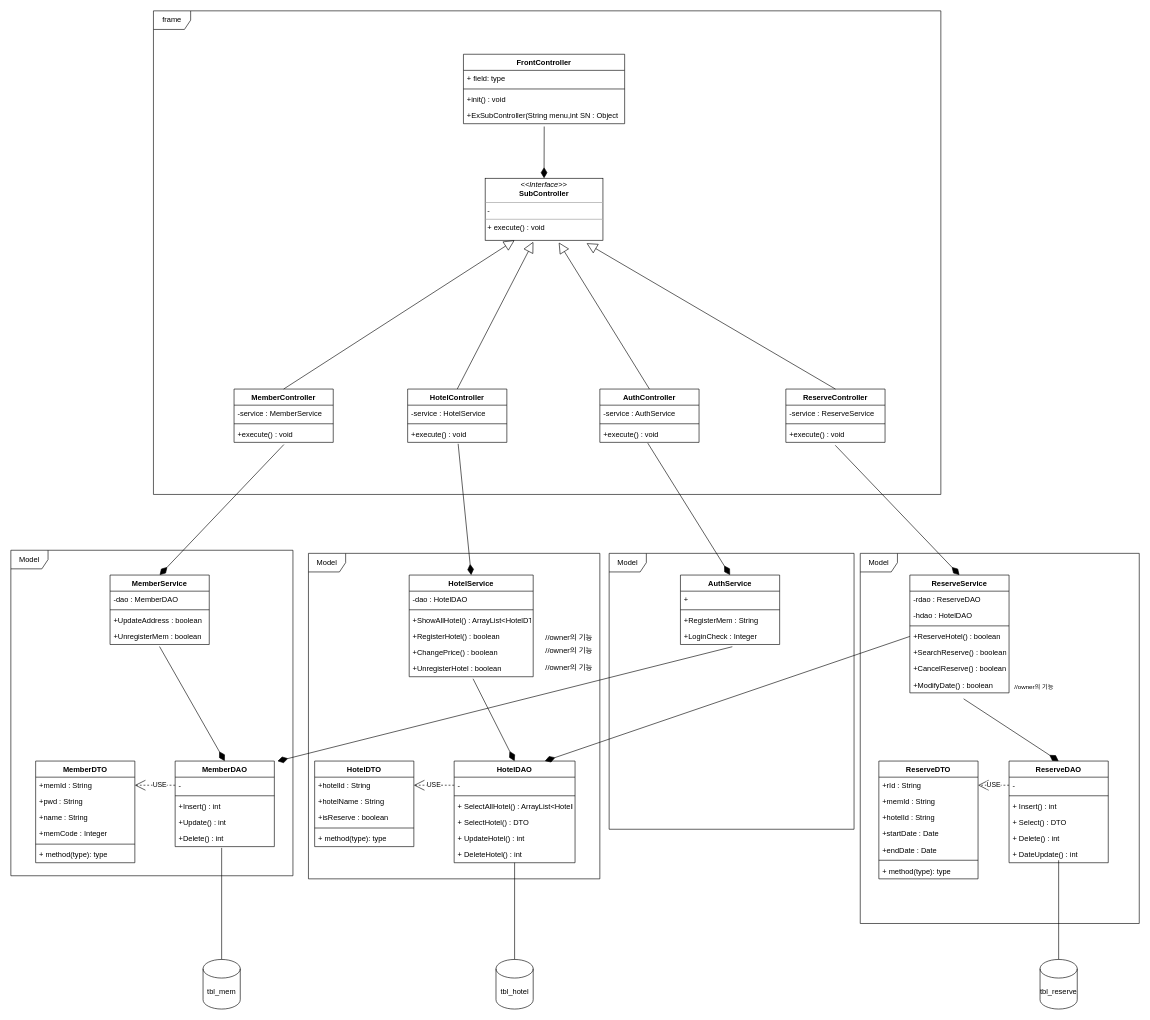
This is page "MVC2 PATTERN" (4 of 5) of src/HotelReservation_Diagram/HotelReservations 5수정.drawio from Anministar/JAVA_STUDYING, a draw.io file, before an edit. Source tidied: cells renumbered, new cells numbered last; positions are measured from the earlier drawing's top-left corner, leaving out a move shared by most shapes. Both pictures are drawn from the tidied source at 62%, with x=0, y=0 at pixel (11, 11).
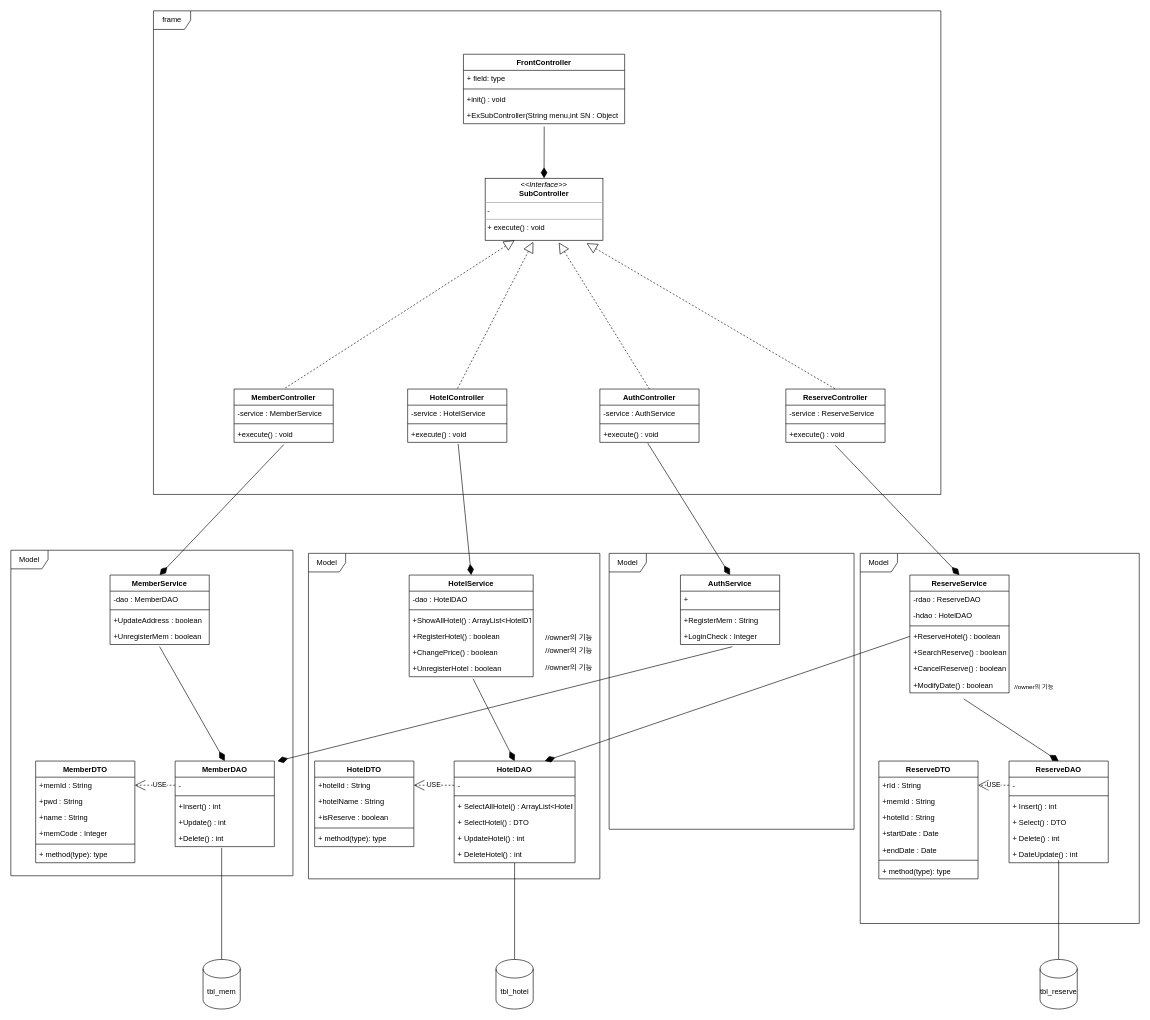
After the change.

The change refers to these unchanged cells:
```xml
<mxCell id="8" value="&lt;p style=&quot;margin:0px;margin-top:4px;text-align:center;&quot;&gt;&lt;i&gt;&amp;lt;&amp;lt;Interface&amp;gt;&amp;gt;&lt;/i&gt;&lt;br&gt;&lt;b&gt;SubController&lt;/b&gt;&lt;/p&gt;&lt;hr size=&quot;1&quot;&gt;&lt;p style=&quot;margin:0px;margin-left:4px;&quot;&gt;-&lt;/p&gt;&lt;hr size=&quot;1&quot;&gt;&lt;p style=&quot;margin:0px;margin-left:4px;&quot;&gt;+ execute() : void&lt;/p&gt;" style="verticalAlign=top;align=left;overflow=fill;fontSize=12;fontFamily=Helvetica;html=1;" parent="1" vertex="1">
  <mxGeometry x="765" y="270" width="190" height="100" as="geometry" />
</mxCell>
<mxCell id="10" value="MemberController" style="swimlane;fontStyle=1;align=center;verticalAlign=top;horizontal=1;startSize=26;" parent="1" vertex="1">
  <mxGeometry x="360" y="610" width="160" height="86" as="geometry" />
</mxCell>
<mxCell id="14" value="HotelController" style="swimlane;fontStyle=1;align=center;verticalAlign=top;horizontal=1;startSize=26;" parent="1" vertex="1">
  <mxGeometry x="640" y="610" width="160" height="86" as="geometry" />
</mxCell>
<mxCell id="18" value="AuthController" style="swimlane;fontStyle=1;align=center;verticalAlign=top;horizontal=1;startSize=26;" parent="1" vertex="1">
  <mxGeometry x="950" y="610" width="160" height="86" as="geometry" />
</mxCell>
<mxCell id="22" value="ReserveController" style="swimlane;fontStyle=1;align=center;verticalAlign=top;horizontal=1;startSize=26;" parent="1" vertex="1">
  <mxGeometry x="1250" y="610" width="160" height="86" as="geometry" />
</mxCell>
```

The edit, as a diff of the source:
```diff
@@
-    <mxCell id="26" style="endArrow=none;html=1;rounded=0;endSize=15;entryX=0.5;entryY=0;entryDx=0;entryDy=0;exitX=0.25;exitY=1;exitDx=0;exitDy=0;endFill=0;startArrow=block;startFill=0;startSize=15;" parent="1" edge="1" source="8" target="10">
+    <mxCell id="26" style="endArrow=none;html=1;rounded=0;endSize=15;entryX=0.5;entryY=0;entryDx=0;entryDy=0;exitX=0.25;exitY=1;exitDx=0;exitDy=0;endFill=0;startArrow=block;startFill=0;startSize=15;dashed=1;" parent="1" edge="1" source="8" target="10">
       <mxGeometry relative="1" as="geometry" />
     </mxCell>
-    <mxCell id="27" style="endArrow=none;html=1;rounded=0;endSize=15;entryX=0.5;entryY=0;entryDx=0;entryDy=0;exitX=0.409;exitY=1.025;exitDx=0;exitDy=0;endFill=0;startArrow=block;startFill=0;startSize=15;exitPerimeter=0;" parent="1" edge="1" source="8" target="14">
+    <mxCell id="27" style="endArrow=none;html=1;rounded=0;endSize=15;entryX=0.5;entryY=0;entryDx=0;entryDy=0;exitX=0.409;exitY=1.025;exitDx=0;exitDy=0;endFill=0;startArrow=block;startFill=0;startSize=15;exitPerimeter=0;dashed=1;" parent="1" edge="1" source="8" target="14">
       <mxGeometry relative="1" as="geometry" />
     </mxCell>
-    <mxCell id="28" style="endArrow=none;html=1;rounded=0;endSize=15;entryX=0.5;entryY=0;entryDx=0;entryDy=0;exitX=0.625;exitY=1.036;exitDx=0;exitDy=0;endFill=0;startArrow=block;startFill=0;startSize=15;exitPerimeter=0;" parent="1" edge="1" source="8" target="18">
+    <mxCell id="28" style="endArrow=none;html=1;rounded=0;endSize=15;entryX=0.5;entryY=0;entryDx=0;entryDy=0;exitX=0.625;exitY=1.036;exitDx=0;exitDy=0;endFill=0;startArrow=block;startFill=0;startSize=15;exitPerimeter=0;dashed=1;" parent="1" edge="1" source="8" target="18">
       <mxGeometry relative="1" as="geometry" />
     </mxCell>
-    <mxCell id="29" style="endArrow=none;html=1;rounded=0;endSize=15;entryX=0.5;entryY=0;entryDx=0;entryDy=0;exitX=0.861;exitY=1.048;exitDx=0;exitDy=0;endFill=0;exitPerimeter=0;startArrow=block;startFill=0;startSize=15;" parent="1" edge="1" source="8" target="22">
+    <mxCell id="29" style="endArrow=none;html=1;rounded=0;endSize=15;entryX=0.5;entryY=0;entryDx=0;entryDy=0;exitX=0.861;exitY=1.048;exitDx=0;exitDy=0;endFill=0;exitPerimeter=0;startArrow=block;startFill=0;startSize=15;dashed=1;" parent="1" edge="1" source="8" target="22">
       <mxGeometry relative="1" as="geometry" />
     </mxCell>
```
